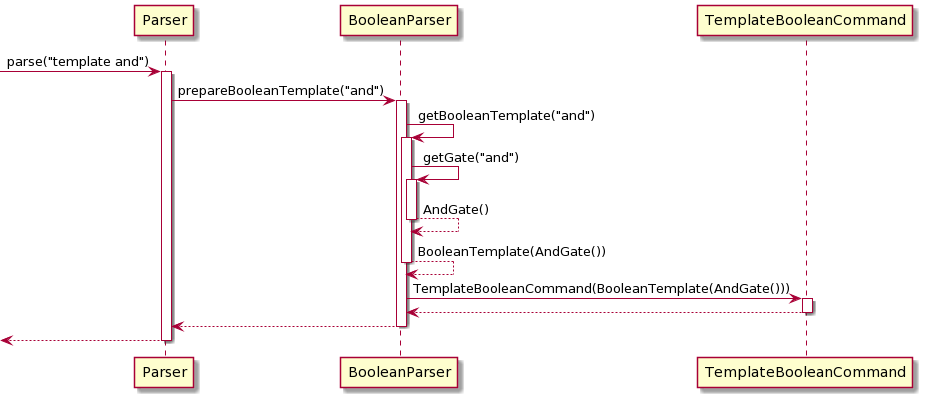
Above: docs/diagrams/TemplateBooleanCommand.png in sevenseasofbri/tp (PlantUML), before the change.
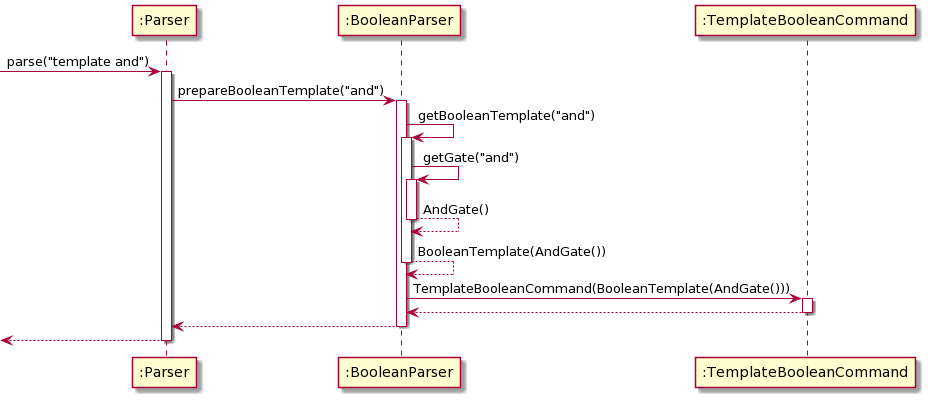
Above is the later version.

The edit, as a diff of the source:
```diff
@@ -1,37 +1,38 @@
 @startuml
-[->Parser: parse("template and")
+[->":Parser": parse("template and")
 
-activate Parser
+activate ":Parser"
 
-Parser-> BooleanParser: prepareBooleanTemplate("and")
+":Parser"-> ":BooleanParser": prepareBooleanTemplate("and")
 
-activate BooleanParser
+activate ":BooleanParser"
 
-BooleanParser -> BooleanParser: getBooleanTemplate("and")
+":BooleanParser" -> ":BooleanParser": getBooleanTemplate("and")
 
-activate BooleanParser
+activate ":BooleanParser"
 
-BooleanParser -> BooleanParser: getGate("and")
+":BooleanParser" -> ":BooleanParser": getGate("and")
 
-activate BooleanParser
+activate ":BooleanParser"
 
-BooleanParser --> BooleanParser: AndGate()
+":BooleanParser" --> ":BooleanParser": AndGate()
 
-deactivate BooleanParser
+deactivate ":BooleanParser"
 
-BooleanParser --> BooleanParser: BooleanTemplate(AndGate())
+":BooleanParser" --> ":BooleanParser": BooleanTemplate(AndGate())
 
-deactivate BooleanParser
-BooleanParser -> TemplateBooleanCommand: TemplateBooleanCommand(BooleanTemplate(AndGate()))
+deactivate ":BooleanParser"
 
-activate TemplateBooleanCommand
+":BooleanParser" -> ":TemplateBooleanCommand": TemplateBooleanCommand(BooleanTemplate(AndGate()))
 
-TemplateBooleanCommand --> BooleanParser
-deactivate TemplateBooleanCommand
+activate ":TemplateBooleanCommand"
 
-BooleanParser --> Parser
-deactivate BooleanParser
+":TemplateBooleanCommand" --> ":BooleanParser"
+deactivate ":TemplateBooleanCommand"
 
-[<-- Parser
-deactivate Parser
+":BooleanParser" --> ":Parser"
+deactivate ":BooleanParser"
+
+[<-- ":Parser"
+deactivate ":Parser"
 @enduml
```
